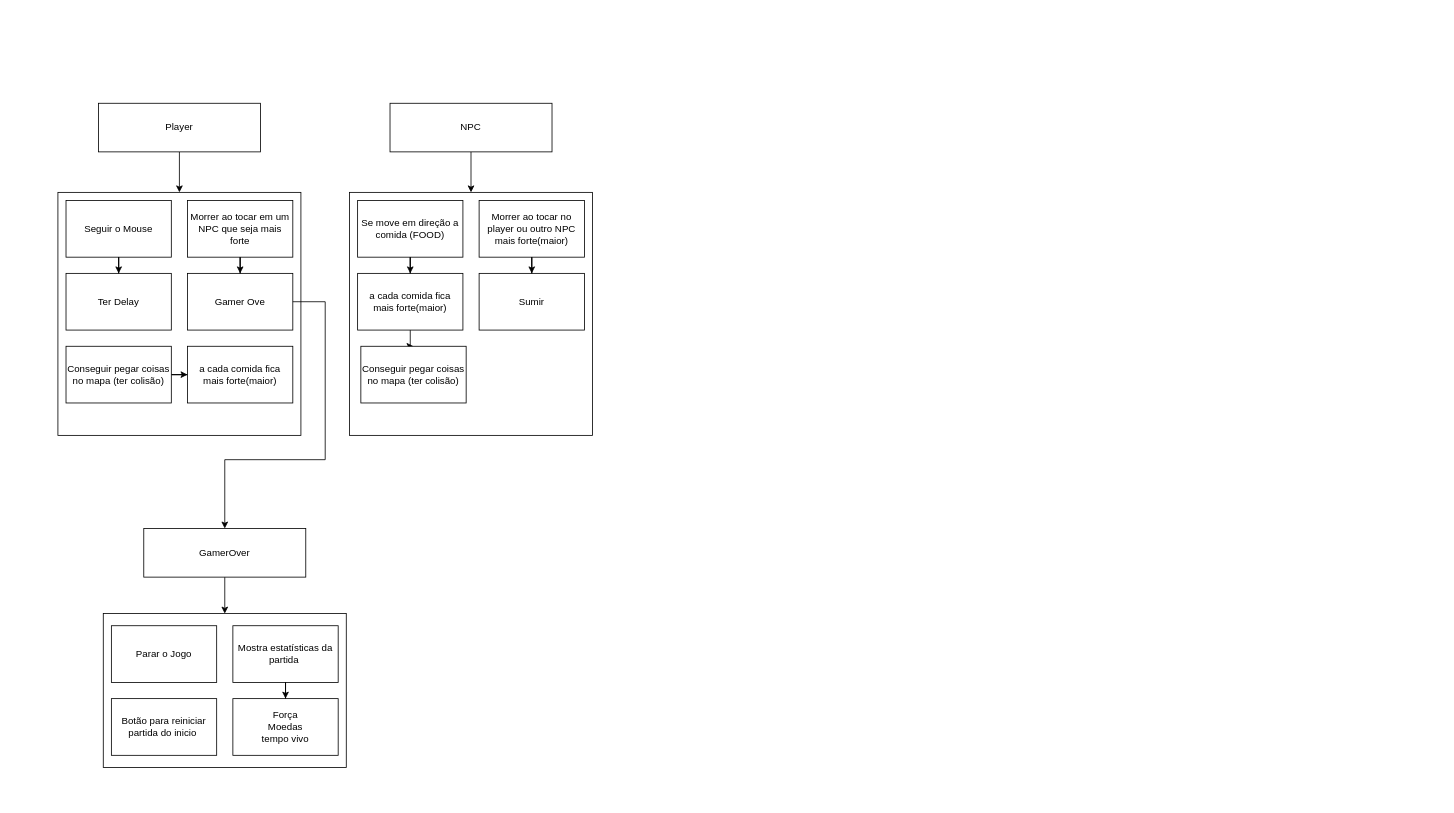
Above: Diagrama sem nome.drawio in dhondan/repor (draw.io), before the change. Source tidied: cells renumbered, new cells numbered last; positions are measured from the earlier drawing's top-left corner, leaving out a move shared by most shapes. Both pictures are drawn from the tidied source at 81%, with x=0, y=0 at pixel (58, 103).
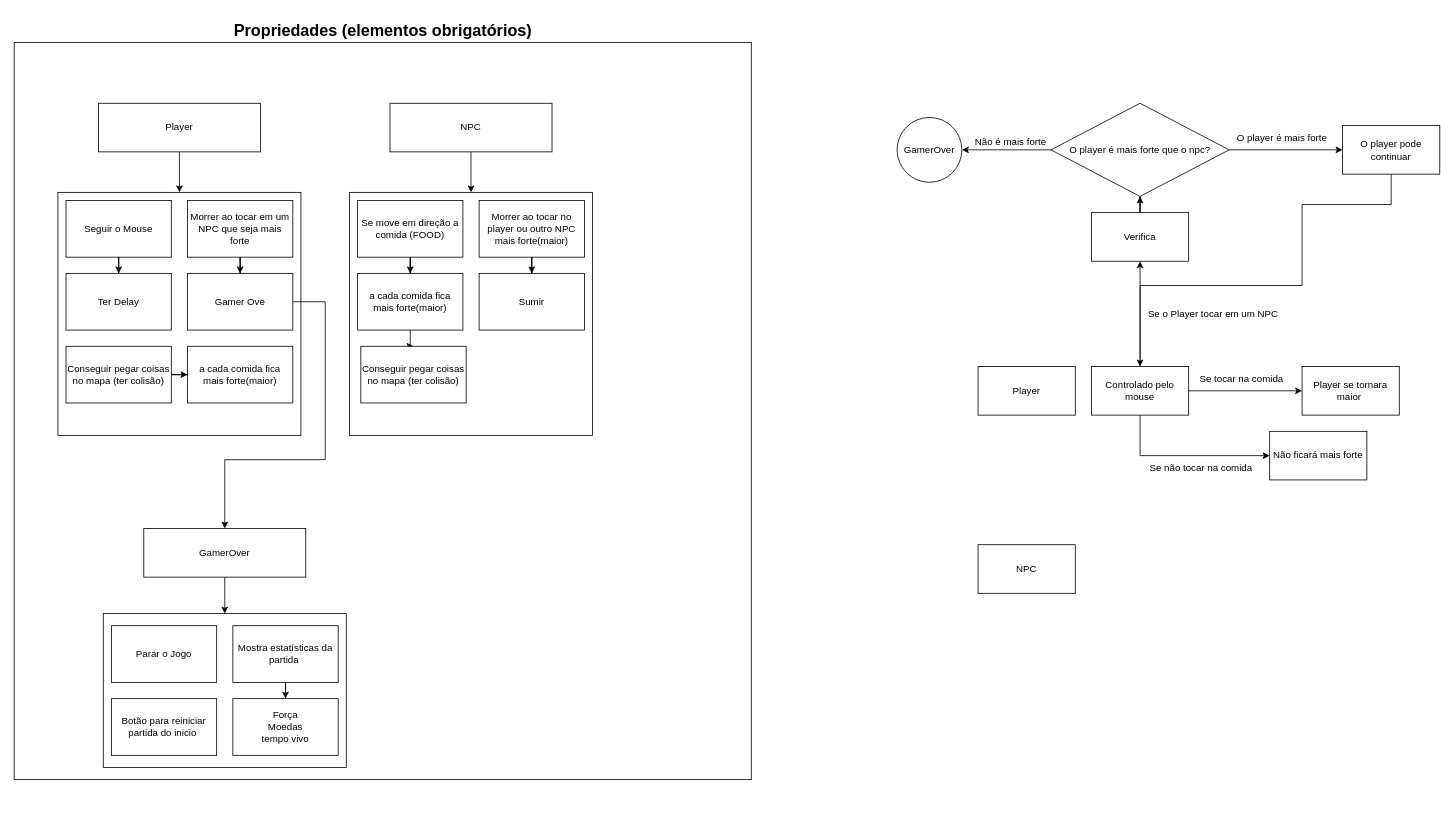
After the change.

Commit message:
Melhora do Game

Diff of the diagram source:
```diff
@@
+    <mxCell id="37" style="whiteSpace=wrap;html=1;" parent="1" vertex="1">
+      <mxGeometry x="-54" y="-75" width="910" height="910" as="geometry" />
+    </mxCell>
@@
     <mxCell id="17" style="group;" parent="1" vertex="1">
-      <mxGeometry x="360" y="110" width="300" height="300" as="geometry" />
+      <mxGeometry x="360" y="110" width="380" height="750" as="geometry" />
     </mxCell>
@@
+    <mxCell id="38" value="&lt;font style=&quot;font-size: 20px;&quot;&gt;&lt;b&gt;Propriedades (elementos obrigatórios)&lt;/b&gt;&lt;/font&gt;" style="text;html=1;align=center;verticalAlign=middle;strokeColor=none;fillColor=none;" parent="1" vertex="1">
+      <mxGeometry x="206" y="-110" width="390" height="40" as="geometry" />
+    </mxCell>
+    <mxCell id="39" value="Player" style="rounded=0;whiteSpace=wrap;html=1;" parent="1" vertex="1">
+      <mxGeometry x="1136" y="325" width="120" height="60" as="geometry" />
+    </mxCell>
+    <mxCell id="40" value="NPC" style="rounded=0;whiteSpace=wrap;html=1;" parent="1" vertex="1">
+      <mxGeometry x="1136" y="545" width="120" height="60" as="geometry" />
+    </mxCell>
+    <mxCell id="41" style="edgeStyle=orthogonalEdgeStyle;rounded=0;jettySize=auto;html=1;entryX=0;entryY=0.5;entryDx=0;entryDy=0;" parent="1" edge="1" source="44" target="46">
+      <mxGeometry relative="1" as="geometry">
+        <Array as="points">
+          <mxPoint x="1336" y="435" />
+          <mxPoint x="1416" y="435" />
+        </Array>
+      </mxGeometry>
+    </mxCell>
+    <mxCell id="42" style="edgeStyle=orthogonalEdgeStyle;rounded=0;jettySize=auto;html=1;" parent="1" edge="1" source="44" target="45">
+      <mxGeometry relative="1" as="geometry" />
+    </mxCell>
+    <mxCell id="43" style="edgeStyle=orthogonalEdgeStyle;rounded=0;jettySize=auto;html=1;" parent="1" edge="1" source="44" target="50">
+      <mxGeometry relative="1" as="geometry" />
+    </mxCell>
+    <mxCell id="44" value="Controlado pelo mouse" style="rounded=0;whiteSpace=wrap;html=1;" parent="1" vertex="1">
+      <mxGeometry x="1276" y="325" width="120" height="60" as="geometry" />
+    </mxCell>
+    <mxCell id="45" value="Player se tornara maior&amp;nbsp;" style="rounded=0;whiteSpace=wrap;html=1;" parent="1" vertex="1">
+      <mxGeometry x="1536" y="325" width="120" height="60" as="geometry" />
+    </mxCell>
+    <mxCell id="46" value="Não ficará mais forte" style="rounded=0;whiteSpace=wrap;html=1;" parent="1" vertex="1">
+      <mxGeometry x="1496" y="405" width="120" height="60" as="geometry" />
+    </mxCell>
+    <mxCell id="47" value="Se não tocar na comida" style="text;html=1;align=center;verticalAlign=middle;strokeColor=none;fillColor=none;" parent="1" vertex="1">
+      <mxGeometry x="1336" y="435" width="150" height="30" as="geometry" />
+    </mxCell>
+    <mxCell id="48" value="Se tocar na comida" style="text;html=1;align=center;verticalAlign=middle;strokeColor=none;fillColor=none;" parent="1" vertex="1">
+      <mxGeometry x="1396" y="325" width="130" height="30" as="geometry" />
+    </mxCell>
+    <mxCell id="49" style="edgeStyle=orthogonalEdgeStyle;rounded=0;jettySize=auto;html=1;entryX=0.5;entryY=1;entryDx=0;entryDy=0;" parent="1" edge="1" source="50" target="53">
+      <mxGeometry relative="1" as="geometry" />
+    </mxCell>
+    <mxCell id="50" value="Verifica" style="rounded=0;whiteSpace=wrap;html=1;" parent="1" vertex="1">
+      <mxGeometry x="1276" y="135" width="120" height="60" as="geometry" />
+    </mxCell>
+    <mxCell id="51" style="edgeStyle=orthogonalEdgeStyle;rounded=0;jettySize=auto;html=1;entryX=1;entryY=0.5;entryDx=0;entryDy=0;" parent="1" edge="1" source="53" target="54">
+      <mxGeometry relative="1" as="geometry" />
+    </mxCell>
+    <mxCell id="52" style="edgeStyle=orthogonalEdgeStyle;rounded=0;jettySize=auto;html=1;entryX=0;entryY=0.5;entryDx=0;entryDy=0;" parent="1" edge="1" source="53" target="58">
+      <mxGeometry relative="1" as="geometry" />
+    </mxCell>
+    <mxCell id="53" value="O player é mais forte que o npc?" style="rhombus;whiteSpace=wrap;html=1;" parent="1" vertex="1">
+      <mxGeometry x="1226" width="220" height="115" as="geometry" />
+    </mxCell>
+    <mxCell id="54" value="GamerOver" style="ellipse;whiteSpace=wrap;html=1;" parent="1" vertex="1">
+      <mxGeometry x="1036" y="17.5" width="80" height="80" as="geometry" />
+    </mxCell>
+    <mxCell id="55" value="Não é mais forte" style="text;html=1;align=center;verticalAlign=middle;strokeColor=none;fillColor=none;" parent="1" vertex="1">
+      <mxGeometry x="1121" y="33" width="110" height="30" as="geometry" />
+    </mxCell>
+    <mxCell id="56" value="Se o Player tocar em um NPC" style="text;html=1;align=center;verticalAlign=middle;strokeColor=none;fillColor=none;" parent="1" vertex="1">
+      <mxGeometry x="1336" y="245" width="180" height="30" as="geometry" />
+    </mxCell>
+    <mxCell id="57" style="edgeStyle=orthogonalEdgeStyle;rounded=0;jettySize=auto;html=1;" parent="1" edge="1" source="58">
+      <mxGeometry relative="1" as="geometry">
+        <mxPoint x="1336" y="325" as="targetPoint" />
+        <Array as="points">
+          <mxPoint x="1646" y="125" />
+          <mxPoint x="1536" y="125" />
+          <mxPoint x="1536" y="225" />
+          <mxPoint x="1336" y="225" />
+        </Array>
+      </mxGeometry>
+    </mxCell>
+    <mxCell id="58" value="O player pode continuar" style="rounded=0;whiteSpace=wrap;html=1;" parent="1" vertex="1">
+      <mxGeometry x="1586" y="27.5" width="120" height="60" as="geometry" />
+    </mxCell>
+    <mxCell id="59" value="O player é mais forte" style="text;html=1;align=center;verticalAlign=middle;strokeColor=none;fillColor=none;" parent="1" vertex="1">
+      <mxGeometry x="1446" y="27.5" width="130" height="30" as="geometry" />
+    </mxCell>
```
